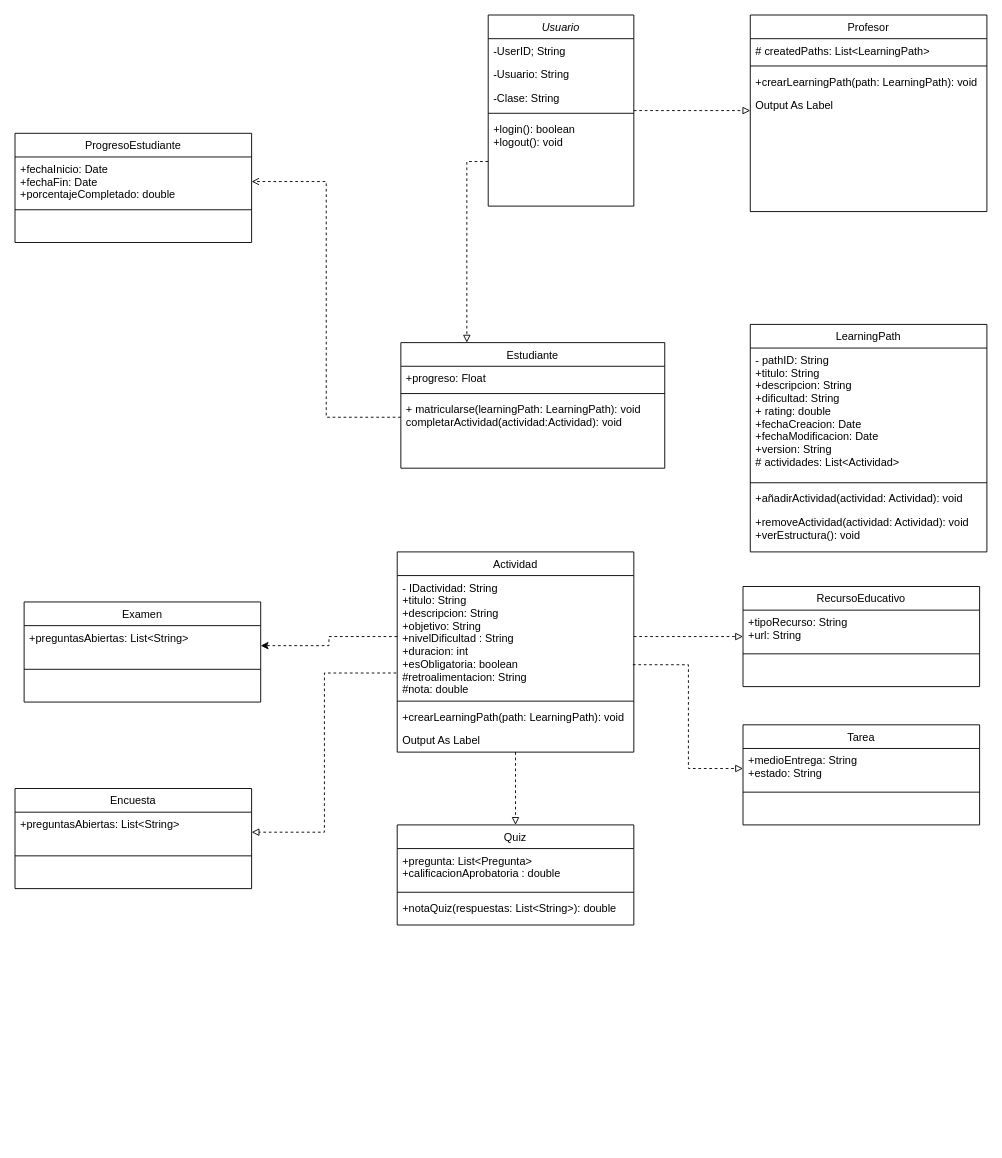
Before: Pryecto 1.drawio in Mleschhorn/Tarea, a draw.io diagram. Source tidied: cells renumbered, new cells numbered last; positions are measured from the earlier drawing's top-left corner, leaving out a move shared by most shapes. Both pictures are drawn from the tidied source at 91%, with x=0, y=0 at pixel (15, 15).
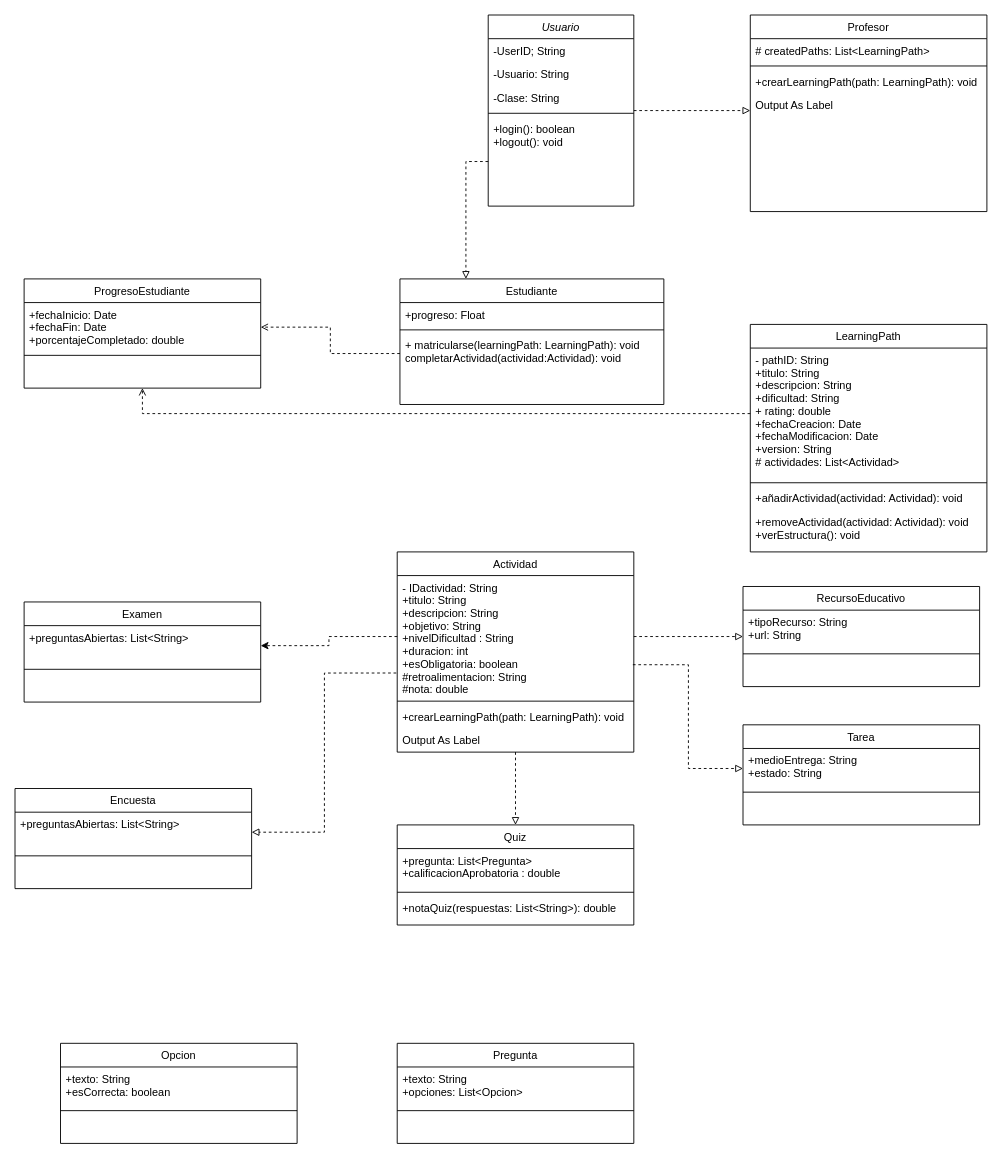
After the change.

Unchanged cells that the change refers to:
```xml
<mxCell id="20" value="- pathID: String&#10;+titulo: String&#10;+descripcion: String&#10;+dificultad: String&#10;+ rating: double&#10;+fechaCreacion: Date&#10;+fechaModificacion: Date&#10;+version: String&#10;# actividades: List&lt;Actividad&gt;&#10;" style="text;align=left;verticalAlign=top;spacingLeft=4;spacingRight=4;overflow=hidden;points=[[0,0.5],[1,0.5]];portConstraint=eastwest;" parent="19" vertex="1">
  <mxGeometry y="26" width="260" height="144" as="geometry" />
</mxCell>
```

What changed in the source:
```diff
@@
     <mxCell id="8" value="Estudiante" style="swimlane;fontStyle=0;align=center;verticalAlign=top;horizontal=1;startSize=26;rounded=0;shadow=0;strokeWidth=1;" parent="1" vertex="1">
-      <mxGeometry x="424" y="360" width="290" height="138" as="geometry" />
+      <mxGeometry x="423" y="290" width="290" height="138" as="geometry" />
     </mxCell>
@@
     <mxCell id="50" value="ProgresoEstudiante" style="swimlane;fontStyle=0;align=center;verticalAlign=top;horizontal=1;startSize=26;rounded=0;shadow=0;strokeWidth=1;" parent="1" vertex="1">
-      <mxGeometry y="130" width="260" height="120" as="geometry" />
+      <mxGeometry x="10" y="290" width="260" height="120" as="geometry" />
     </mxCell>
@@
+    <mxCell id="54" style="edgeStyle=orthogonalEdgeStyle;rounded=0;jettySize=auto;html=1;entryX=0.5;entryY=1;entryDx=0;entryDy=0;dashed=1;endArrow=open;endFill=0;" parent="1" edge="1" source="20" target="50">
+      <mxGeometry relative="1" as="geometry" />
+    </mxCell>
+    <mxCell id="55" value="Pregunta" style="swimlane;fontStyle=0;align=center;verticalAlign=top;horizontal=1;startSize=26;rounded=0;shadow=0;strokeWidth=1;" parent="1" vertex="1">
+      <mxGeometry x="420" y="1130" width="260" height="110" as="geometry" />
+    </mxCell>
+    <mxCell id="56" value="+texto: String&#10;+opciones: List&lt;Opcion&gt;" style="text;align=left;verticalAlign=top;spacingLeft=4;spacingRight=4;overflow=hidden;" parent="55" vertex="1">
+      <mxGeometry y="26" width="260" height="44" as="geometry" />
+    </mxCell>
+    <mxCell id="57" style="line;html=1;strokeWidth=1;align=left;verticalAlign=middle;spacingTop=-1;spacingLeft=3;spacingRight=3;labelPosition=right;" parent="55" vertex="1">
+      <mxGeometry y="70" width="260" height="8" as="geometry" />
+    </mxCell>
+    <mxCell id="58" value="Opcion" style="swimlane;fontStyle=0;align=center;verticalAlign=top;horizontal=1;startSize=26;rounded=0;shadow=0;strokeWidth=1;" parent="1" vertex="1">
+      <mxGeometry x="50" y="1130" width="260" height="110" as="geometry" />
+    </mxCell>
+    <mxCell id="59" value="+texto: String&#10;+esCorrecta: boolean" style="text;align=left;verticalAlign=top;spacingLeft=4;spacingRight=4;overflow=hidden;" parent="58" vertex="1">
+      <mxGeometry y="26" width="260" height="44" as="geometry" />
+    </mxCell>
+    <mxCell id="60" style="line;html=1;strokeWidth=1;align=left;verticalAlign=middle;spacingTop=-1;spacingLeft=3;spacingRight=3;labelPosition=right;" parent="58" vertex="1">
+      <mxGeometry y="70" width="260" height="8" as="geometry" />
+    </mxCell>
```
